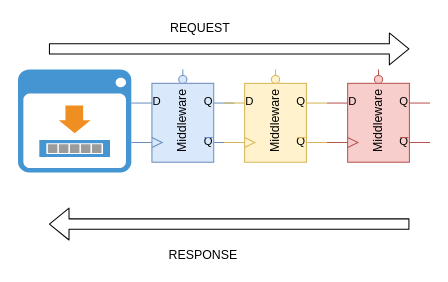
santosh-mnrec/AI-Introduction keeps this draw.io diagram as Untitled Diagram.drawio. Above is the earlier version. Source tidied: cells renumbered, new cells numbered last; positions are measured from the earlier drawing's top-left corner, leaving out a move shared by most shapes. Both pictures are drawn from the tidied source at 103%, with x=0, y=0 at pixel (18, 18).
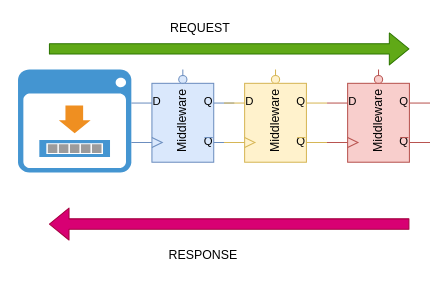
The same page after the edit.

The edit, as a diff of the source:
```diff
@@
 <mxGraphModel>
   <root>
     <mxCell id="0" />
     <mxCell id="1" parent="0" />
     <mxCell id="2" style="shadow=0;dashed=0;html=1;strokeColor=none;fillColor=#4495D1;labelPosition=center;verticalLabelPosition=bottom;verticalAlign=top;align=center;shape=mxgraph.veeam.2d.backup_browser;" parent="1" vertex="1">
       <mxGeometry y="50" width="110" height="100" as="geometry" />
     </mxCell>
     <mxCell id="3" style="verticalLabelPosition=bottom;shadow=0;dashed=0;align=center;html=1;verticalAlign=top;shape=mxgraph.electrical.logic_gates.d_type_flip-flop_with_clear_2;fillColor=#dae8fc;strokeColor=#6c8ebf;" parent="1" vertex="1">
       <mxGeometry x="110" y="50" width="100" height="90" as="geometry" />
     </mxCell>
     <mxCell id="4" style="verticalLabelPosition=bottom;shadow=0;dashed=0;align=center;html=1;verticalAlign=top;shape=mxgraph.electrical.logic_gates.d_type_flip-flop_with_clear_2;fillColor=#fff2cc;strokeColor=#d6b656;" parent="1" vertex="1">
       <mxGeometry x="200" y="50" width="100" height="90" as="geometry" />
     </mxCell>
     <mxCell id="5" style="verticalLabelPosition=bottom;shadow=0;dashed=0;align=center;html=1;verticalAlign=top;shape=mxgraph.electrical.logic_gates.d_type_flip-flop_with_clear_2;fillColor=#f8cecc;strokeColor=#b85450;" parent="1" vertex="1">
       <mxGeometry x="300" y="50" width="100" height="90" as="geometry" />
     </mxCell>
-    <mxCell id="6" style="shape=flexArrow;endArrow=classic;html=1;" parent="1" edge="1">
+    <mxCell id="6" style="shape=flexArrow;endArrow=classic;html=1;fillColor=#60a917;strokeColor=#2D7600;" parent="1" edge="1">
       <mxGeometry relative="1" as="geometry">
         <mxPoint x="30" y="30" as="sourcePoint" />
         <mxPoint x="380" y="30" as="targetPoint" />
       </mxGeometry>
     </mxCell>
-    <mxCell id="7" style="shape=flexArrow;endArrow=classic;html=1;" parent="1" edge="1">
+    <mxCell id="7" style="shape=flexArrow;endArrow=classic;html=1;fillColor=#d80073;strokeColor=#A50040;" parent="1" edge="1">
       <mxGeometry relative="1" as="geometry">
         <mxPoint x="380" y="200" as="sourcePoint" />
         <mxPoint x="30" y="200" as="targetPoint" />
       </mxGeometry>
     </mxCell>
     <mxCell id="8" value="REQUEST" style="text;html=1;strokeColor=none;fillColor=none;align=center;verticalAlign=middle;whiteSpace=wrap;rounded=0;" parent="1" vertex="1">
       <mxGeometry x="157" width="40" height="20" as="geometry" />
     </mxCell>
     <mxCell id="9" value="RESPONSE" style="text;html=1;strokeColor=none;fillColor=none;align=center;verticalAlign=middle;whiteSpace=wrap;rounded=0;" parent="1" vertex="1">
       <mxGeometry x="160" y="220" width="40" height="20" as="geometry" />
     </mxCell>
     <mxCell id="10" value="Middleware" style="text;html=1;strokeColor=none;fillColor=none;align=center;verticalAlign=middle;whiteSpace=wrap;rounded=0;glass=0;rotation=-90;" parent="1" vertex="1">
       <mxGeometry x="140" y="90" width="40" height="20" as="geometry" />
     </mxCell>
     <mxCell id="11" value="Middleware" style="text;html=1;strokeColor=none;fillColor=none;align=center;verticalAlign=middle;whiteSpace=wrap;rounded=0;glass=0;rotation=-90;" parent="1" vertex="1">
       <mxGeometry x="230" y="90" width="40" height="20" as="geometry" />
     </mxCell>
     <mxCell id="12" value="Middleware" style="text;html=1;strokeColor=none;fillColor=none;align=center;verticalAlign=middle;whiteSpace=wrap;rounded=0;glass=0;rotation=-90;" parent="1" vertex="1">
       <mxGeometry x="330" y="90" width="40" height="20" as="geometry" />
     </mxCell>
   </root>
 </mxGraphModel>
```
